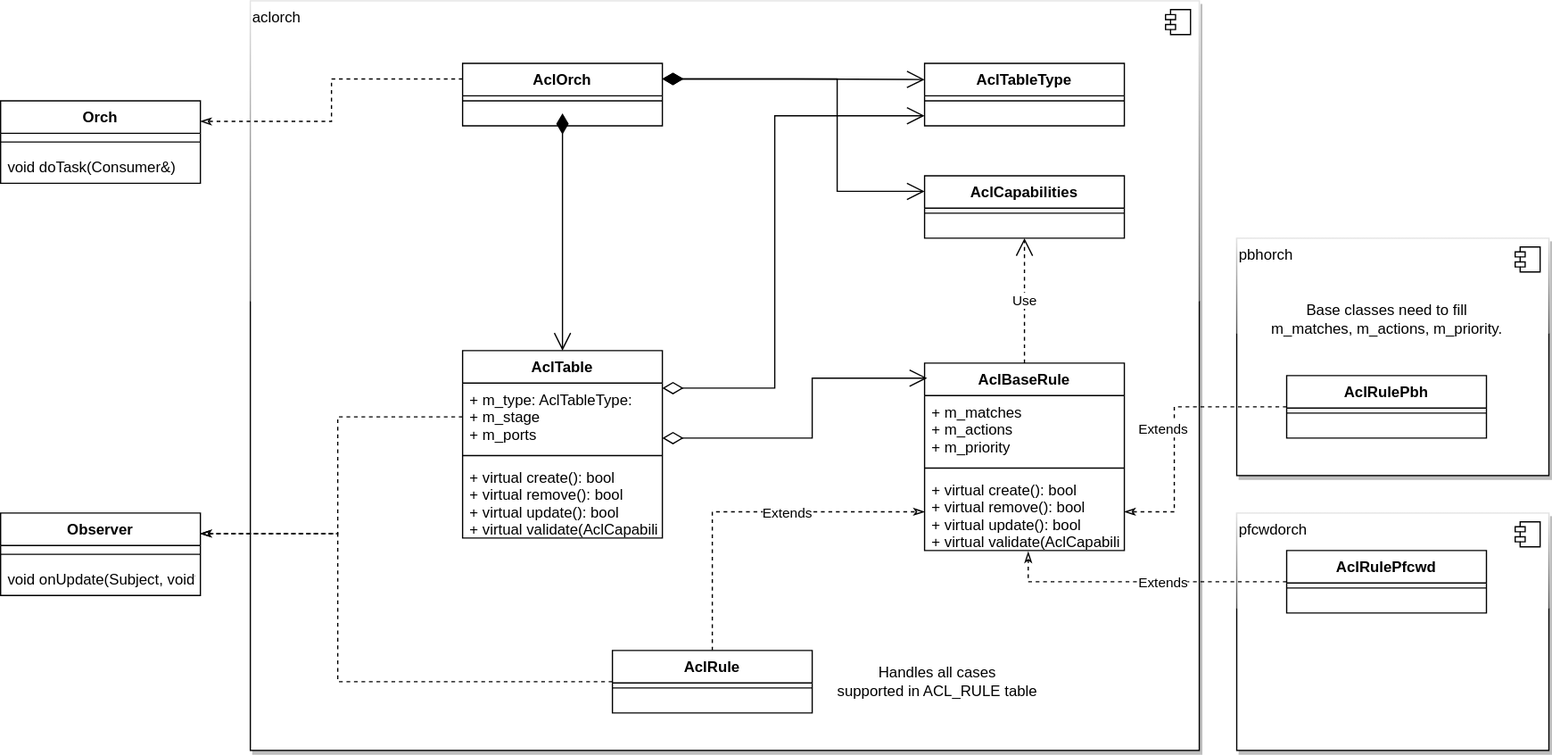
Earlier version of the draw.io export doc/acl/img/acl-rule-object-model.svg (sonic-net/SONiC). Source tidied: cells renumbered, new cells last; positions are measured from the earlier drawing's top-left corner, leaving out a move shared by most shapes.
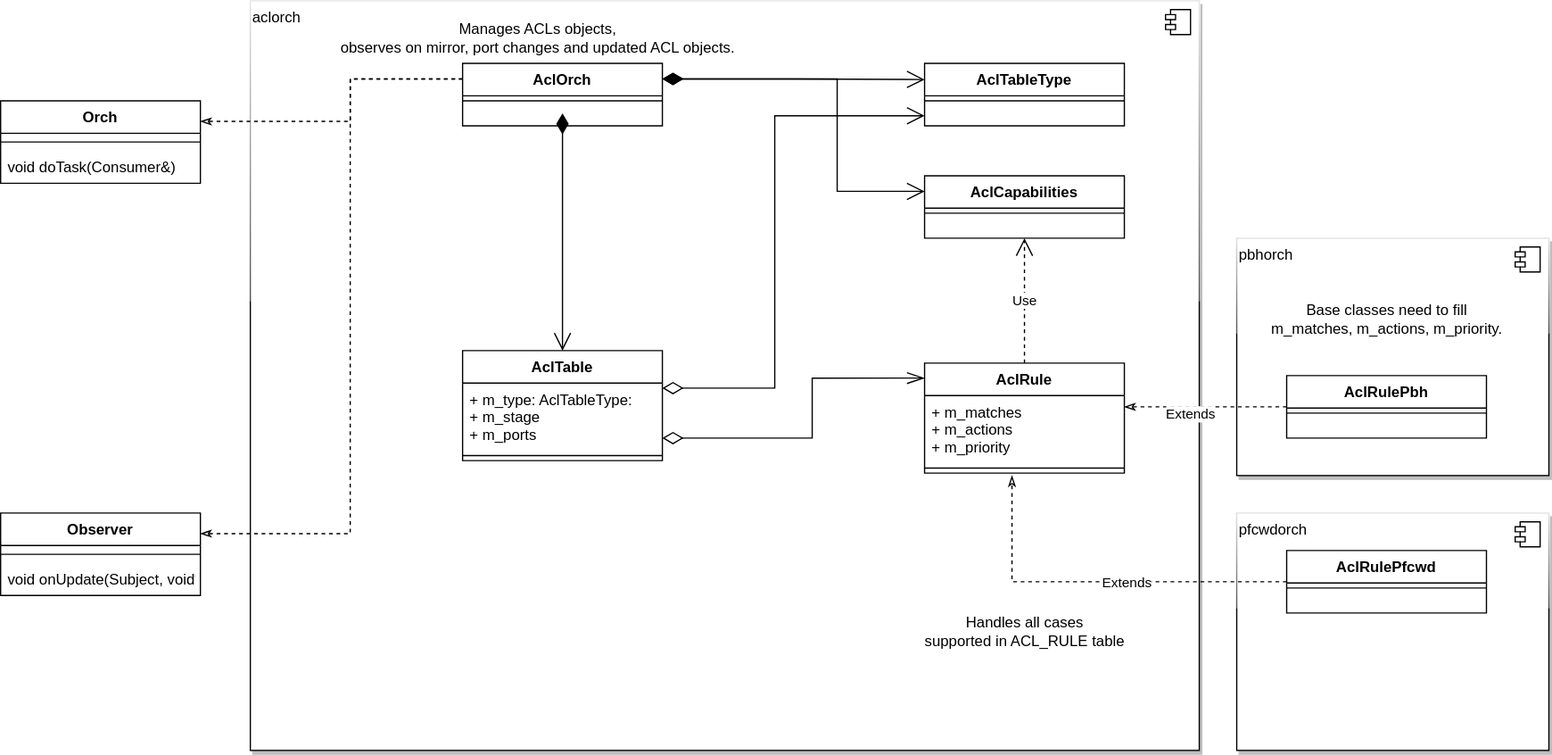
The same file after the commit.

Commit message:
update ACL table type HLD

Change to the diagram source:
```diff
@@ -26,8 +26,8 @@
         <mxPoint x="-27" y="7" as="offset" />
       </mxGeometry>
     </mxCell>
-    <mxCell id="8" value="AclBaseRule" style="swimlane;fontStyle=1;align=center;verticalAlign=top;horizontal=1;startSize=26;" parent="1" vertex="1">
-      <mxGeometry x="740" y="290" width="160" height="150" as="geometry" />
+    <mxCell id="8" value="AclRule" style="swimlane;fontStyle=1;align=center;verticalAlign=top;horizontal=1;startSize=26;" parent="1" vertex="1">
+      <mxGeometry x="740" y="290" width="160" height="88" as="geometry" />
     </mxCell>
     <mxCell id="9" value="+ m_matches&#10;+ m_actions&#10;+ m_priority" style="text;strokeColor=none;fillColor=none;align=left;verticalAlign=top;spacingLeft=4;spacingRight=4;overflow=hidden;" parent="8" vertex="1">
       <mxGeometry y="26" width="160" height="54" as="geometry" />
@@ -35,34 +35,10 @@
     <mxCell id="10" style="line;strokeWidth=1;fillColor=none;align=left;verticalAlign=middle;spacingTop=-1;spacingLeft=3;spacingRight=3;labelPosition=right;" parent="8" vertex="1">
       <mxGeometry y="80" width="160" height="8" as="geometry" />
     </mxCell>
-    <mxCell id="11" value="+ virtual create(): bool&#10;+ virtual remove(): bool&#10;+ virtual update(): bool&#10;+ virtual validate(AclCapabilities): bool&#10;" style="text;strokeColor=none;fillColor=none;align=left;verticalAlign=top;spacingLeft=4;spacingRight=4;overflow=hidden;points=[[0,0.5],[1,0.5]];portConstraint=eastwest;" parent="8" vertex="1">
-      <mxGeometry y="88" width="160" height="62" as="geometry" />
-    </mxCell>
-    <mxCell id="12" style="edgeStyle=orthogonalEdgeStyle;rounded=0;jettySize=auto;html=1;entryX=0;entryY=0.5;entryDx=0;entryDy=0;dashed=1;endArrow=classicThin;endFill=0;" parent="1" edge="1" source="15" target="11">
-      <mxGeometry relative="1" as="geometry" />
-    </mxCell>
-    <mxCell id="13" value="Extends" style="edgeLabel;html=1;align=center;verticalAlign=middle;" parent="12" vertex="1">
-      <mxGeometry x="0.21" relative="1" as="geometry" />
-    </mxCell>
-    <mxCell id="14" style="edgeStyle=orthogonalEdgeStyle;rounded=0;jettySize=auto;html=1;entryX=1;entryY=0.25;entryDx=0;entryDy=0;dashed=1;endArrow=classicThin;endFill=0;" parent="1" edge="1" source="15" target="30">
-      <mxGeometry relative="1" as="geometry">
-        <Array as="points">
-          <mxPoint x="270" y="545" />
-          <mxPoint x="270" y="427" />
-        </Array>
-      </mxGeometry>
-    </mxCell>
-    <mxCell id="15" value="AclRule" style="swimlane;fontStyle=1;align=center;verticalAlign=top;horizontal=1;startSize=26;" parent="1" vertex="1">
-      <mxGeometry x="490" y="520" width="160" height="50" as="geometry" />
-    </mxCell>
-    <mxCell id="16" style="line;strokeWidth=1;fillColor=none;align=left;verticalAlign=middle;spacingTop=-1;spacingLeft=3;spacingRight=3;labelPosition=right;" parent="15" vertex="1">
-      <mxGeometry y="26" width="160" height="8" as="geometry" />
-    </mxCell>
-    <mxCell id="17" value="&#10;" style="text;strokeColor=none;fillColor=none;align=left;verticalAlign=top;spacingLeft=4;spacingRight=4;overflow=hidden;" parent="15" vertex="1">
-      <mxGeometry y="34" width="160" height="16" as="geometry" />
-    </mxCell>
-    <mxCell id="18" style="edgeStyle=orthogonalEdgeStyle;rounded=0;jettySize=auto;html=1;entryX=0.519;entryY=1.016;entryDx=0;entryDy=0;entryPerimeter=0;dashed=1;endArrow=classicThin;endFill=0;" parent="1" edge="1" source="20" target="11">
-      <mxGeometry relative="1" as="geometry" />
+    <mxCell id="18" style="edgeStyle=orthogonalEdgeStyle;rounded=0;jettySize=auto;html=1;dashed=1;endArrow=classicThin;endFill=0;" parent="1" edge="1" source="20">
+      <mxGeometry relative="1" as="geometry">
+        <mxPoint x="810" y="380" as="targetPoint" />
+      </mxGeometry>
     </mxCell>
     <mxCell id="19" value="Extends" style="edgeLabel;html=1;align=center;verticalAlign=middle;" parent="18" vertex="1">
       <mxGeometry x="-0.23" relative="1" as="geometry">
@@ -78,11 +54,11 @@
     <mxCell id="22" value="&#10;" style="text;strokeColor=none;fillColor=none;align=left;verticalAlign=top;spacingLeft=4;spacingRight=4;overflow=hidden;" parent="20" vertex="1">
       <mxGeometry y="34" width="160" height="16" as="geometry" />
     </mxCell>
-    <mxCell id="23" style="edgeStyle=orthogonalEdgeStyle;rounded=0;jettySize=auto;html=1;entryX=1;entryY=0.5;entryDx=0;entryDy=0;dashed=1;endArrow=classicThin;endFill=0;" parent="1" edge="1" source="25" target="11">
+    <mxCell id="23" style="edgeStyle=orthogonalEdgeStyle;rounded=0;jettySize=auto;html=1;dashed=1;endArrow=classicThin;endFill=0;" parent="1" edge="1" source="25" target="8">
       <mxGeometry relative="1" as="geometry">
         <Array as="points">
-          <mxPoint x="940" y="325" />
-          <mxPoint x="940" y="409" />
+          <mxPoint x="920" y="325" />
+          <mxPoint x="920" y="325" />
         </Array>
       </mxGeometry>
     </mxCell>
@@ -104,7 +80,7 @@
       <mxGeometry x="1010" y="240" width="200" height="30" as="geometry" />
     </mxCell>
     <mxCell id="29" value="Handles all cases&lt;br&gt;supported in ACL_RULE table" style="text;html=1;align=center;verticalAlign=middle;strokeColor=none;" parent="1" vertex="1">
-      <mxGeometry x="660" y="530" width="180" height="30" as="geometry" />
+      <mxGeometry x="730" y="490" width="180" height="30" as="geometry" />
     </mxCell>
     <mxCell id="30" value="Observer" style="swimlane;fontStyle=1;align=center;verticalAlign=top;horizontal=1;startSize=26;" parent="1" vertex="1">
       <mxGeometry y="410" width="160" height="66" as="geometry" />
@@ -116,7 +92,12 @@
       <mxGeometry y="40" width="160" height="26" as="geometry" />
     </mxCell>
     <mxCell id="33" style="edgeStyle=orthogonalEdgeStyle;rounded=0;jettySize=auto;html=1;exitX=0;exitY=0.25;exitDx=0;exitDy=0;entryX=1;entryY=0.25;entryDx=0;entryDy=0;dashed=1;endArrow=classicThin;endFill=0;" parent="1" edge="1" source="34" target="42">
-      <mxGeometry relative="1" as="geometry" />
+      <mxGeometry relative="1" as="geometry">
+        <Array as="points">
+          <mxPoint x="280" y="63" />
+          <mxPoint x="280" y="97" />
+        </Array>
+      </mxGeometry>
     </mxCell>
     <mxCell id="34" value="AclOrch" style="swimlane;fontStyle=1;align=center;verticalAlign=top;horizontal=1;startSize=26;" parent="1" vertex="1">
       <mxGeometry x="370" y="50" width="160" height="50" as="geometry" />
@@ -128,7 +109,7 @@
       <mxGeometry y="34" width="160" height="16" as="geometry" />
     </mxCell>
     <mxCell id="37" value="AclTable" style="swimlane;fontStyle=1;align=center;verticalAlign=top;horizontal=1;startSize=26;" parent="1" vertex="1">
-      <mxGeometry x="370" y="280" width="160" height="150" as="geometry" />
+      <mxGeometry x="370" y="280" width="160" height="88" as="geometry" />
     </mxCell>
     <mxCell id="38" value="+ m_type: AclTableType:&#10;+ m_stage&#10;+ m_ports" style="text;strokeColor=none;fillColor=none;align=left;verticalAlign=top;spacingLeft=4;spacingRight=4;overflow=hidden;points=[[0,0.5],[1,0.5]];portConstraint=eastwest;" parent="37" vertex="1">
       <mxGeometry y="26" width="160" height="54" as="geometry" />
@@ -136,14 +117,11 @@
     <mxCell id="39" style="line;strokeWidth=1;fillColor=none;align=left;verticalAlign=middle;spacingTop=-1;spacingLeft=3;spacingRight=3;labelPosition=right;" parent="37" vertex="1">
       <mxGeometry y="80" width="160" height="8" as="geometry" />
     </mxCell>
-    <mxCell id="40" value="+ virtual create(): bool&#10;+ virtual remove(): bool&#10;+ virtual update(): bool&#10;+ virtual validate(AclCapability): bool&#10;" style="text;strokeColor=none;fillColor=none;align=left;verticalAlign=top;spacingLeft=4;spacingRight=4;overflow=hidden;" parent="37" vertex="1">
-      <mxGeometry y="88" width="160" height="62" as="geometry" />
-    </mxCell>
-    <mxCell id="41" style="edgeStyle=orthogonalEdgeStyle;rounded=0;jettySize=auto;html=1;entryX=1;entryY=0.25;entryDx=0;entryDy=0;dashed=1;endArrow=classicThin;endFill=0;" parent="1" edge="1" source="38" target="30">
+    <mxCell id="41" style="edgeStyle=orthogonalEdgeStyle;rounded=0;jettySize=auto;html=1;entryX=1;entryY=0.25;entryDx=0;entryDy=0;dashed=1;endArrow=classicThin;endFill=0;exitX=0;exitY=0.25;exitDx=0;exitDy=0;" parent="1" edge="1" source="34" target="30">
       <mxGeometry relative="1" as="geometry">
         <Array as="points">
-          <mxPoint x="270" y="333" />
-          <mxPoint x="270" y="427" />
+          <mxPoint x="280" y="63" />
+          <mxPoint x="280" y="427" />
         </Array>
       </mxGeometry>
     </mxCell>
@@ -177,7 +155,7 @@
     <mxCell id="51" value="Use" style="endArrow=open;endSize=12;dashed=1;html=1;exitX=0.5;exitY=0;exitDx=0;exitDy=0;" parent="1" edge="1" source="8" target="50">
       <mxGeometry relative="1" as="geometry" />
     </mxCell>
-    <mxCell id="52" style="endArrow=open;html=1;endSize=12;startArrow=diamondThin;startSize=14;startFill=0;edgeStyle=orthogonalEdgeStyle;align=left;verticalAlign=bottom;entryX=0.013;entryY=0.08;entryDx=0;entryDy=0;entryPerimeter=0;rounded=0;" parent="1" edge="1" source="37" target="8">
+    <mxCell id="52" style="endArrow=openThin;html=1;endSize=12;startArrow=diamondThin;startSize=14;startFill=0;edgeStyle=orthogonalEdgeStyle;align=left;verticalAlign=bottom;rounded=0;entryX=0;entryY=0.136;entryDx=0;entryDy=0;entryPerimeter=0;endFill=0;" parent="1" edge="1" source="37" target="8">
       <mxGeometry x="-1" y="3" relative="1" as="geometry">
         <Array as="points">
           <mxPoint x="650" y="350" />
@@ -216,5 +194,8 @@
         </Array>
       </mxGeometry>
     </mxCell>
+    <mxCell id="57" value="Manages ACLs objects,&lt;br&gt;observes on mirror, port changes and updated ACL objects." style="text;html=1;align=center;verticalAlign=middle;strokeColor=none;fillColor=none;" parent="1" vertex="1">
+      <mxGeometry x="265" y="15" width="330" height="30" as="geometry" />
+    </mxCell>
   </root>
 </mxGraphModel>
```
